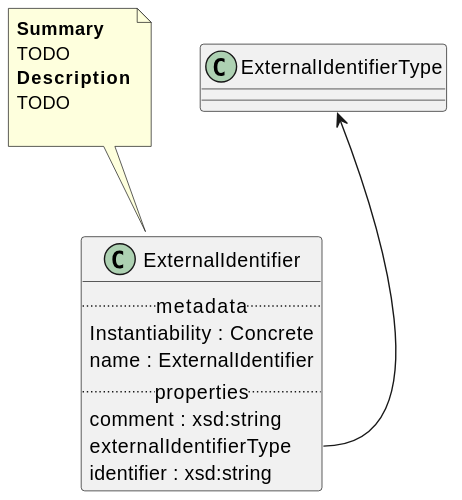
This is Classes/ExternalIdentifier.svg from maxhbr/spec-parser.hs, a PlantUML export, as it was before one commit.
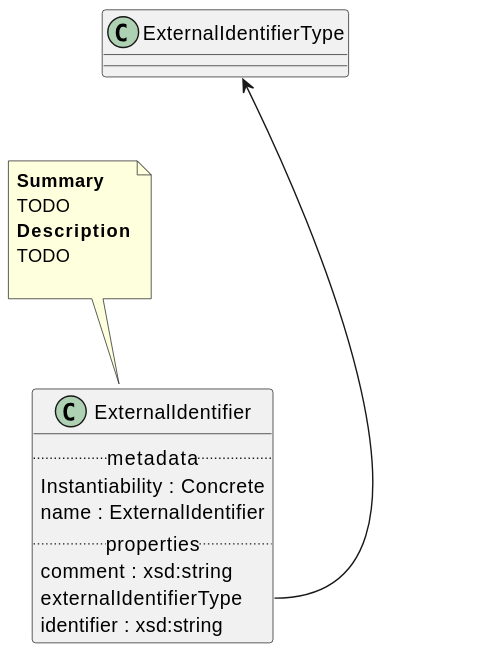
After the commit.

What changed in the source:
```diff
@@ -15,5 +15,5 @@
 TODO
 
 end note
-"ExternalIdentifierType" <-- "ExternalIdentifier::externalIdentifierType"
+"ExternalIdentifierType" <--- "ExternalIdentifier::externalIdentifierType"
 @enduml
```
